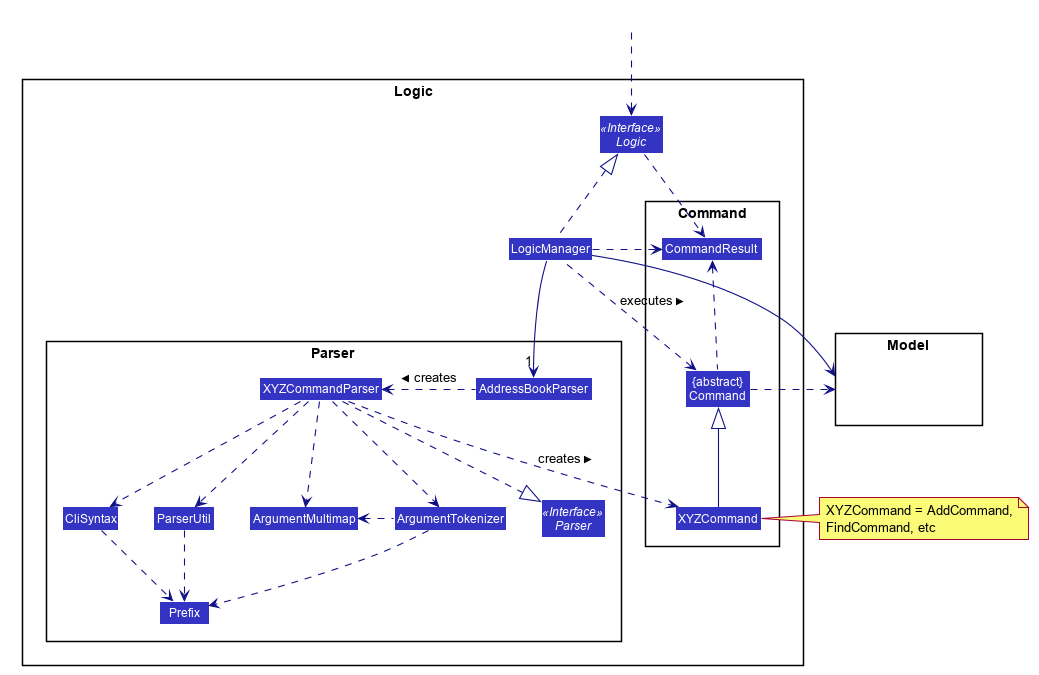
Earlier version of the PlantUML export docs/images/LogicClassDiagram.png (nus-cs2103-AY2021S2/tp).
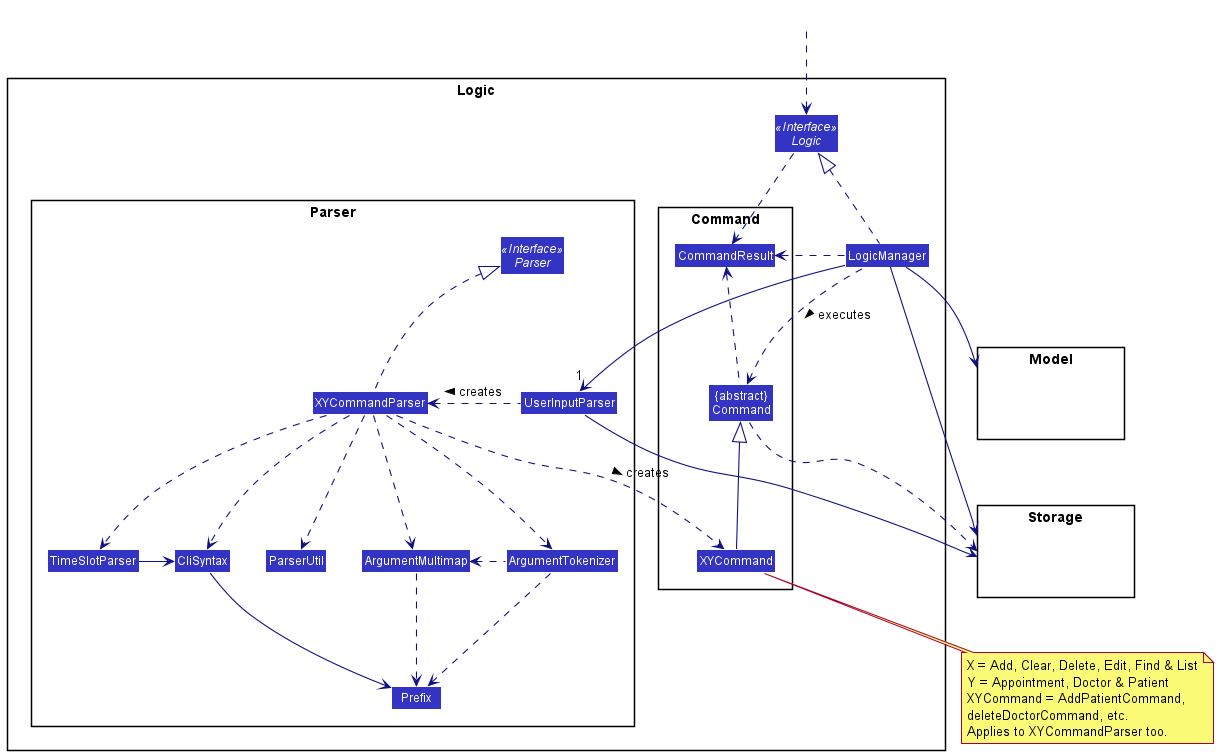
Later version of the same file.

What changed in the source:
```diff
@@ -1,62 +1,16 @@
 @startuml
-
-
-
-
-
-
-
-
-skinparam BackgroundColor #FFFFFFF
-
-skinparam Shadowing false
-
-skinparam Class {
-    FontColor #FFFFFF
-    BorderThickness 1
-    BorderColor #FFFFFF
-    StereotypeFontColor #FFFFFF
-    FontName Arial
-}
-
-skinparam Actor {
-    BorderColor #000000
-    Color #000000
-    FontName Arial
-}
-
-skinparam Sequence {
-    MessageAlign center
-    BoxFontSize 15
-    BoxPadding 0
-    BoxFontColor #FFFFFF
-    FontName Arial
-}
-
-skinparam Participant {
-    FontColor #FFFFFFF
-    Padding 20
-}
-
-skinparam MinClassWidth 50
-skinparam ParticipantPadding 10
-skinparam Shadowing false
-skinparam DefaultTextAlignment center
-skinparam packageStyle Rectangle
-
-hide footbox
-hide members
-hide circle
+!include style.puml
 skinparam arrowThickness 1.1
-skinparam arrowColor #101086
-skinparam classBackgroundColor #3333C4
+skinparam arrowColor LOGIC_COLOR_T4
+skinparam classBackgroundColor LOGIC_COLOR
 
 package Logic {
 
 package Parser {
 Interface Parser <<Interface>>
-Class AddressBookParser
-Class XYZCommandParser
+Class UserInputParser
+Class XYCommandParser
+Class TimeSlotParser
 Class CliSyntax
 Class ParserUtil
 Class ArgumentMultimap
@@ -65,7 +19,7 @@
 }
 
 package Command {
-Class XYZCommand
+Class XYCommand
 Class CommandResult
 Class "{abstract}\nCommand" as Command
 }
@@ -78,32 +32,48 @@
 Class HiddenModel #FFFFFF
 }
 
+package Storage {
+Class HiddenStorage #FFFFFF
+}
+
 Class HiddenOutside #FFFFFF
 HiddenOutside ..> Logic
 
 LogicManager .up.|> Logic
-LogicManager -->"1" AddressBookParser
-AddressBookParser .left.> XYZCommandParser: creates >
+LogicManager -->"1" UserInputParser
+UserInputParser .left.> XYCommandParser: creates >
+UserInputParser --> Storage
 
-XYZCommandParser ..> XYZCommand : creates >
-XYZCommandParser ..|> Parser
-XYZCommandParser ..> ArgumentMultimap
-XYZCommandParser ..> ArgumentTokenizer
+XYCommandParser ..> XYCommand : creates >
+XYCommandParser .up.|> Parser
+XYCommandParser ..> TimeSlotParser
+TimeSlotParser -right-> CliSyntax
+CliSyntax -right[hidden]- ParserUtil
+XYCommandParser ..> ArgumentMultimap
+ArgumentMultimap ..> Prefix
+XYCommandParser ..> ArgumentTokenizer
 ArgumentTokenizer .left.> ArgumentMultimap
-XYZCommandParser ..> CliSyntax
-CliSyntax ..> Prefix
-XYZCommandParser ..> ParserUtil
-ParserUtil .down.> Prefix
-ArgumentTokenizer .down.> Prefix
-XYZCommand -up-|> Command
+XYCommandParser ..> CliSyntax
+CliSyntax --> Prefix
+XYCommandParser ..> ParserUtil
+ArgumentTokenizer ..> Prefix
+XYCommand -up-|> Command
 LogicManager .left.> Command : executes >
 
+LogicManager -right-> Storage
+
 LogicManager --> Model
-Command .right.> Model
-note right of XYZCommand: XYZCommand = AddCommand, \nFindCommand, etc
+Command ..> Storage
+note bottom of XYCommand
+    X = Add, Clear, Delete, Edit, Find & List
+    Y = Appointment, Doctor & Patient
+    XYCommand = AddPatientCommand,
+    deleteDoctorCommand, etc.
+    Applies to XYCommandParser too.
+end note
 
 Logic ..> CommandResult
 LogicManager .down.> CommandResult
 Command .up.> CommandResult
-CommandResult -[hidden]-> Parser
+CommandResult -right[hidden]- Parser
 @enduml
```
